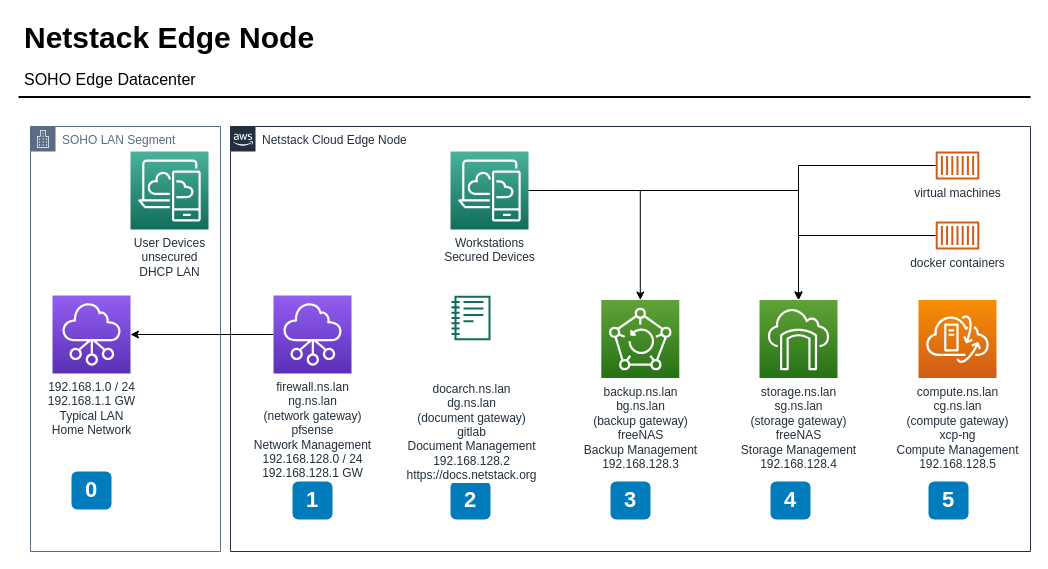
The draw.io diagram docs/lan/netstackEdgeNode.drawio in grasshorse/netstack, before the edit. Source tidied: cells renumbered, new cells numbered last; positions are measured from the earlier drawing's top-left corner, leaving out a move shared by most shapes. Both pictures are drawn from the tidied source at 100%, with x=0, y=0 at pixel (18, 17).
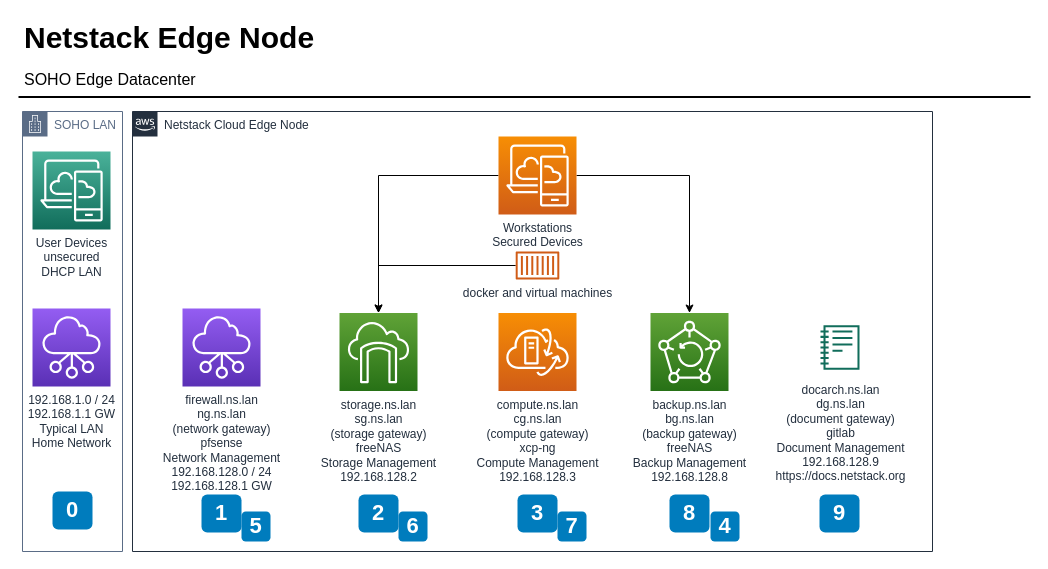
Above is the later version.

What changed in the source:
```diff
@@
     <mxCell id="2" value="Netstack Cloud Edge Node" style="gradientColor=none;html=1;whiteSpace=wrap;fontSize=12;fontStyle=0;shape=mxgraph.aws4.group;grIcon=mxgraph.aws4.group_aws_cloud_alt;strokeColor=#232F3E;fillColor=none;verticalAlign=top;align=left;spacingLeft=30;fontColor=#232F3E;dashed=0;" parent="1" vertex="1">
-      <mxGeometry x="212" y="109" width="800" height="425" as="geometry" />
+      <mxGeometry x="114" y="94" width="800" height="440" as="geometry" />
     </mxCell>
-    <mxCell id="3" value="SOHO LAN Segment" style="gradientColor=none;html=1;whiteSpace=wrap;fontSize=12;fontStyle=0;shape=mxgraph.aws4.group;grIcon=mxgraph.aws4.group_corporate_data_center;strokeColor=#5A6C86;fillColor=none;verticalAlign=top;align=left;spacingLeft=30;fontColor=#5A6C86;dashed=0;" parent="1" vertex="1">
-      <mxGeometry x="12" y="109" width="190" height="425" as="geometry" />
+    <mxCell id="3" value="SOHO LAN" style="gradientColor=none;html=1;whiteSpace=wrap;fontSize=12;fontStyle=0;shape=mxgraph.aws4.group;grIcon=mxgraph.aws4.group_corporate_data_center;strokeColor=#5A6C86;fillColor=none;verticalAlign=top;align=left;spacingLeft=30;fontColor=#5A6C86;dashed=0;" parent="1" vertex="1">
+      <mxGeometry x="4" y="94" width="100" height="440" as="geometry" />
     </mxCell>
     <mxCell id="4" value="1" style="rounded=1;whiteSpace=wrap;html=1;fillColor=#007CBD;strokeColor=none;fontColor=#FFFFFF;fontStyle=1;fontSize=22;" parent="1" vertex="1">
-      <mxGeometry x="274" y="464" width="40" height="38" as="geometry" />
+      <mxGeometry x="183" y="477" width="40" height="38" as="geometry" />
     </mxCell>
@@
     <mxCell id="8" value="2" style="rounded=1;whiteSpace=wrap;html=1;fillColor=#007CBD;strokeColor=none;fontColor=#FFFFFF;fontStyle=1;fontSize=22;" parent="1" vertex="1">
-      <mxGeometry x="432" y="464" width="40" height="38" as="geometry" />
+      <mxGeometry x="340" y="477" width="40" height="38" as="geometry" />
     </mxCell>
-    <mxCell id="9" value="&lt;br&gt;&lt;br&gt;docarch.ns.lan&lt;br&gt;dg.ns.lan&lt;br&gt;(document gateway)&lt;br&gt;gitlab&lt;br&gt;Document Management&lt;br&gt;192.168.128.2&lt;br&gt;https://docs.netstack.org" style="fontColor=#232F3E;gradientColor=none;fillColor=#116D5B;strokeColor=none;dashed=0;verticalLabelPosition=bottom;verticalAlign=top;align=center;html=1;fontSize=12;fontStyle=0;shape=mxgraph.aws4.sagemaker_notebook;labelBackgroundColor=#ffffff;spacingTop=6;" parent="1" vertex="1">
-      <mxGeometry x="433" y="278" width="39" height="45" as="geometry" />
+    <mxCell id="9" value="docarch.ns.lan&lt;br&gt;dg.ns.lan&lt;br&gt;(document gateway)&lt;br&gt;gitlab&lt;br&gt;Document Management&lt;br&gt;192.168.128.9&lt;br&gt;https://docs.netstack.org" style="fontColor=#232F3E;gradientColor=none;fillColor=#116D5B;strokeColor=none;dashed=0;verticalLabelPosition=bottom;verticalAlign=top;align=center;html=1;fontSize=12;fontStyle=0;shape=mxgraph.aws4.sagemaker_notebook;labelBackgroundColor=#ffffff;spacingTop=6;" parent="1" vertex="1">
+      <mxGeometry x="802" y="307.5" width="39" height="45" as="geometry" />
     </mxCell>
-    <mxCell id="10" style="edgeStyle=orthogonalEdgeStyle;rounded=0;jettySize=auto;html=1;" parent="1" edge="1" source="11" target="18">
-      <mxGeometry relative="1" as="geometry" />
-    </mxCell>
-    <mxCell id="11" value="docker containers" style="outlineConnect=0;fontColor=#232F3E;gradientColor=none;fillColor=#D05C17;strokeColor=none;dashed=0;verticalLabelPosition=bottom;verticalAlign=top;align=center;html=1;fontSize=12;fontStyle=0;shape=mxgraph.aws4.container_1;labelBackgroundColor=#ffffff;" parent="1" vertex="1">
-      <mxGeometry x="917" y="204" width="44" height="28" as="geometry" />
-    </mxCell>
     <mxCell id="12" value="3" style="rounded=1;whiteSpace=wrap;html=1;fillColor=#007CBD;strokeColor=none;fontColor=#FFFFFF;fontStyle=1;fontSize=22;" parent="1" vertex="1">
-      <mxGeometry x="592" y="464" width="40" height="38" as="geometry" />
+      <mxGeometry x="499" y="477" width="40" height="38" as="geometry" />
     </mxCell>
-    <mxCell id="13" value="4" style="rounded=1;whiteSpace=wrap;html=1;fillColor=#007CBD;strokeColor=none;fontColor=#FFFFFF;fontStyle=1;fontSize=22;" parent="1" vertex="1">
-      <mxGeometry x="752" y="464" width="40" height="38" as="geometry" />
+    <mxCell id="13" value="8" style="rounded=1;whiteSpace=wrap;html=1;fillColor=#007CBD;strokeColor=none;fontColor=#FFFFFF;fontStyle=1;fontSize=22;" parent="1" vertex="1">
+      <mxGeometry x="651" y="477" width="40" height="38" as="geometry" />
     </mxCell>
-    <mxCell id="14" value="5" style="rounded=1;whiteSpace=wrap;html=1;fillColor=#007CBD;strokeColor=none;fontColor=#FFFFFF;fontStyle=1;fontSize=22;" parent="1" vertex="1">
-      <mxGeometry x="910" y="464" width="40" height="38" as="geometry" />
+    <mxCell id="14" value="9" style="rounded=1;whiteSpace=wrap;html=1;fillColor=#007CBD;strokeColor=none;fontColor=#FFFFFF;fontStyle=1;fontSize=22;" parent="1" vertex="1">
+      <mxGeometry x="801" y="477" width="40" height="38" as="geometry" />
     </mxCell>
-    <mxCell id="15" value="backup.ns.lan&lt;br&gt;bg.ns.lan&lt;br&gt;(backup gateway)&lt;br&gt;freeNAS&lt;br&gt;Backup Management&lt;br&gt;192.168.128.3" style="outlineConnect=0;fontColor=#232F3E;gradientColor=#60A337;gradientDirection=north;fillColor=#277116;strokeColor=#ffffff;dashed=0;verticalLabelPosition=bottom;verticalAlign=top;align=center;html=1;fontSize=12;fontStyle=0;shape=mxgraph.aws4.resourceIcon;resIcon=mxgraph.aws4.backup;" parent="1" vertex="1">
-      <mxGeometry x="582.8" y="282.5" width="78" height="78" as="geometry" />
+    <mxCell id="15" value="backup.ns.lan&lt;br&gt;bg.ns.lan&lt;br&gt;(backup gateway)&lt;br&gt;freeNAS&lt;br&gt;Backup Management&lt;br&gt;192.168.128.8" style="outlineConnect=0;fontColor=#232F3E;gradientColor=#60A337;gradientDirection=north;fillColor=#277116;strokeColor=#ffffff;dashed=0;verticalLabelPosition=bottom;verticalAlign=top;align=center;html=1;fontSize=12;fontStyle=0;shape=mxgraph.aws4.resourceIcon;resIcon=mxgraph.aws4.backup;" parent="1" vertex="1">
+      <mxGeometry x="632" y="295.5" width="78" height="78" as="geometry" />
     </mxCell>
-    <mxCell id="16" value="compute.ns.lan&lt;br&gt;cg.ns.lan&lt;br&gt;(compute gateway)&lt;br&gt;xcp-ng&lt;br&gt;Compute Management&lt;br&gt;192.168.128.5" style="fontColor=#232F3E;gradientColor=#F78E04;gradientDirection=north;fillColor=#D05C17;strokeColor=#ffffff;dashed=0;verticalLabelPosition=bottom;verticalAlign=top;align=center;html=1;fontSize=12;fontStyle=0;shape=mxgraph.aws4.resourceIcon;resIcon=mxgraph.aws4.vmware_cloud_on_aws;" parent="1" vertex="1">
-      <mxGeometry x="900" y="282.5" width="78" height="78" as="geometry" />
+    <mxCell id="16" value="compute.ns.lan&lt;br&gt;cg.ns.lan&lt;br&gt;(compute gateway)&lt;br&gt;xcp-ng&lt;br&gt;Compute Management&lt;br&gt;192.168.128.3" style="fontColor=#232F3E;gradientColor=#F78E04;gradientDirection=north;fillColor=#D05C17;strokeColor=#ffffff;dashed=0;verticalLabelPosition=bottom;verticalAlign=top;align=center;html=1;fontSize=12;fontStyle=0;shape=mxgraph.aws4.resourceIcon;resIcon=mxgraph.aws4.vmware_cloud_on_aws;" parent="1" vertex="1">
+      <mxGeometry x="480" y="295.5" width="78" height="78" as="geometry" />
     </mxCell>
     <mxCell id="17" value="192.168.1.0 / 24&lt;br&gt;192.168.1.1 GW&lt;br&gt;Typical LAN&lt;br&gt;Home Network" style="outlineConnect=0;fontColor=#232F3E;gradientColor=#945DF2;gradientDirection=north;fillColor=#5A30B5;strokeColor=#ffffff;dashed=0;verticalLabelPosition=bottom;verticalAlign=top;align=center;html=1;fontSize=12;fontStyle=0;shape=mxgraph.aws4.resourceIcon;resIcon=mxgraph.aws4.networking_and_content_delivery;" parent="1" vertex="1">
-      <mxGeometry x="34" y="278" width="78" height="78" as="geometry" />
+      <mxGeometry x="14" y="291" width="78" height="78" as="geometry" />
     </mxCell>
-    <mxCell id="18" value="storage.ns.lan&lt;br&gt;sg.ns.lan&lt;br&gt;(storage gateway)&lt;br&gt;freeNAS&lt;br&gt;Storage Management&lt;br&gt;192.168.128.4" style="outlineConnect=0;fontColor=#232F3E;gradientColor=#60A337;gradientDirection=north;fillColor=#277116;strokeColor=#ffffff;dashed=0;verticalLabelPosition=bottom;verticalAlign=top;align=center;html=1;fontSize=12;fontStyle=0;shape=mxgraph.aws4.resourceIcon;resIcon=mxgraph.aws4.storage_gateway;" parent="1" vertex="1">
-      <mxGeometry x="741" y="282.5" width="78" height="78" as="geometry" />
+    <mxCell id="18" value="storage.ns.lan&lt;br&gt;sg.ns.lan&lt;br&gt;(storage gateway)&lt;br&gt;freeNAS&lt;br&gt;Storage Management&lt;br&gt;192.168.128.2" style="outlineConnect=0;fontColor=#232F3E;gradientColor=#60A337;gradientDirection=north;fillColor=#277116;strokeColor=#ffffff;dashed=0;verticalLabelPosition=bottom;verticalAlign=top;align=center;html=1;fontSize=12;fontStyle=0;shape=mxgraph.aws4.resourceIcon;resIcon=mxgraph.aws4.storage_gateway;" parent="1" vertex="1">
+      <mxGeometry x="321" y="295.5" width="78" height="78" as="geometry" />
     </mxCell>
     <mxCell id="19" value="User Devices&lt;br&gt;unsecured &lt;br&gt;DHCP LAN" style="fontColor=#232F3E;gradientColor=#4AB29A;gradientDirection=north;fillColor=#116D5B;strokeColor=#ffffff;dashed=0;verticalLabelPosition=bottom;verticalAlign=top;align=center;html=1;fontSize=12;fontStyle=0;shape=mxgraph.aws4.resourceIcon;resIcon=mxgraph.aws4.desktop_and_app_streaming;" parent="1" vertex="1">
-      <mxGeometry x="112" y="134" width="78" height="78" as="geometry" />
+      <mxGeometry x="14" y="134" width="78" height="78" as="geometry" />
     </mxCell>
-    <mxCell id="20" style="edgeStyle=orthogonalEdgeStyle;rounded=0;jettySize=auto;html=1;" parent="1" edge="1" source="21" target="17">
-      <mxGeometry relative="1" as="geometry" />
-    </mxCell>
     <mxCell id="21" value="firewall.ns.lan&lt;br&gt;ng.ns.lan&lt;br&gt;(network gateway)&lt;br&gt;pfsense&lt;br&gt;Network Management&lt;br&gt;192.168.128.0 / 24&lt;br&gt;192.168.128.1 GW" style="outlineConnect=0;fontColor=#232F3E;gradientColor=#945DF2;gradientDirection=north;fillColor=#5A30B5;strokeColor=#ffffff;dashed=0;verticalLabelPosition=bottom;verticalAlign=top;align=center;html=1;fontSize=12;fontStyle=0;shape=mxgraph.aws4.resourceIcon;resIcon=mxgraph.aws4.networking_and_content_delivery;" parent="1" vertex="1">
-      <mxGeometry x="255" y="278" width="78" height="78" as="geometry" />
+      <mxGeometry x="164" y="291" width="78" height="78" as="geometry" />
     </mxCell>
     <mxCell id="22" value="0" style="rounded=1;whiteSpace=wrap;html=1;fillColor=#007CBD;strokeColor=none;fontColor=#FFFFFF;fontStyle=1;fontSize=22;" parent="1" vertex="1">
-      <mxGeometry x="53" y="454" width="40" height="38" as="geometry" />
+      <mxGeometry x="34" y="474" width="40" height="38" as="geometry" />
     </mxCell>
@@
-    <mxCell id="24" value="virtual machines" style="outlineConnect=0;fontColor=#232F3E;gradientColor=none;fillColor=#D05C17;strokeColor=none;dashed=0;verticalLabelPosition=bottom;verticalAlign=top;align=center;html=1;fontSize=12;fontStyle=0;shape=mxgraph.aws4.container_1;labelBackgroundColor=#ffffff;" parent="1" vertex="1">
-      <mxGeometry x="917" y="134" width="44" height="28" as="geometry" />
+    <mxCell id="24" value="docker and virtual machines" style="outlineConnect=0;fontColor=#232F3E;gradientColor=none;fillColor=#D05C17;strokeColor=none;dashed=0;verticalLabelPosition=bottom;verticalAlign=top;align=center;html=1;fontSize=12;fontStyle=0;shape=mxgraph.aws4.container_1;labelBackgroundColor=#ffffff;" parent="1" vertex="1">
+      <mxGeometry x="497" y="234" width="44" height="28" as="geometry" />
     </mxCell>
@@
-    <mxCell id="27" value="Workstations&lt;br&gt;Secured Devices" style="outlineConnect=0;fontColor=#232F3E;gradientColor=#4AB29A;gradientDirection=north;fillColor=#116D5B;strokeColor=#ffffff;dashed=0;verticalLabelPosition=bottom;verticalAlign=top;align=center;html=1;fontSize=12;fontStyle=0;shape=mxgraph.aws4.resourceIcon;resIcon=mxgraph.aws4.desktop_and_app_streaming;" parent="1" vertex="1">
-      <mxGeometry x="432" y="134" width="78" height="78" as="geometry" />
+    <mxCell id="27" value="Workstations&lt;br&gt;Secured Devices" style="outlineConnect=0;fontColor=#232F3E;gradientColor=#F78E04;gradientDirection=north;fillColor=#D05C17;strokeColor=#ffffff;dashed=0;verticalLabelPosition=bottom;verticalAlign=top;align=center;html=1;fontSize=12;fontStyle=0;shape=mxgraph.aws4.resourceIcon;resIcon=mxgraph.aws4.desktop_and_app_streaming;" parent="1" vertex="1">
+      <mxGeometry x="480" y="119" width="78" height="78" as="geometry" />
     </mxCell>
+    <mxCell id="28" value="5" style="rounded=1;whiteSpace=wrap;html=1;fillColor=#007CBD;strokeColor=none;fontColor=#FFFFFF;fontStyle=1;fontSize=22;" parent="1" vertex="1">
+      <mxGeometry x="223" y="494" width="29" height="30" as="geometry" />
+    </mxCell>
+    <mxCell id="29" value="6" style="rounded=1;whiteSpace=wrap;html=1;fillColor=#007CBD;strokeColor=none;fontColor=#FFFFFF;fontStyle=1;fontSize=22;" parent="1" vertex="1">
+      <mxGeometry x="380" y="494" width="29" height="30" as="geometry" />
+    </mxCell>
+    <mxCell id="30" value="7" style="rounded=1;whiteSpace=wrap;html=1;fillColor=#007CBD;strokeColor=none;fontColor=#FFFFFF;fontStyle=1;fontSize=22;" parent="1" vertex="1">
+      <mxGeometry x="539" y="494" width="29" height="30" as="geometry" />
+    </mxCell>
+    <mxCell id="31" value="4" style="rounded=1;whiteSpace=wrap;html=1;fillColor=#007CBD;strokeColor=none;fontColor=#FFFFFF;fontStyle=1;fontSize=22;" parent="1" vertex="1">
+      <mxGeometry x="692" y="494" width="29" height="30" as="geometry" />
+    </mxCell>
```
